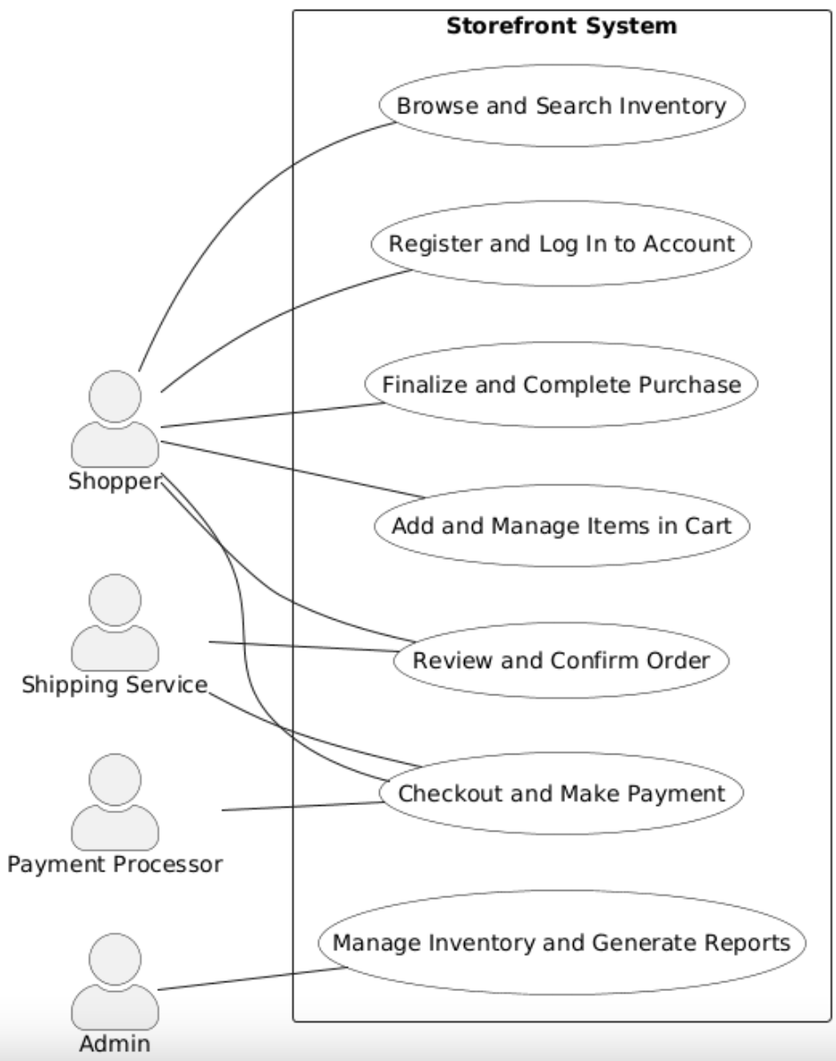
BornB4Google/swe-3313-fall-2025-team-09 keeps this PlantUML diagram as requirements/diagrams/use_case_diagram.png. Above is the earlier version. Its source is kept beside it as requirements/diagrams/use_case_diagram.puml. Its diagram source:
```plantuml
@startuml
left to right direction
skinparam actorStyle awesome
skinparam usecase {
  BorderColor Black
  BackgroundColor White
}

actor Shopper as shopper
actor Admin as admin
actor "Payment Processor" as payment
actor "Shipping Service" as shipping

rectangle "Storefront System" as system {
  (Register and Log In to Account) as UC_Auth
  (Browse and Search Inventory) as UC_Inventory
  (Add and Manage Items in Cart) as UC_Cart
  (Checkout and Make Payment) as UC_Checkout
  (Review and Confirm Order) as UC_Confirm
  (Finalize and Complete Purchase) as UC_Complete
  (Manage Inventory and Generate Reports) as UC_Admin
}

shopper -- UC_Auth
shopper -- UC_Inventory
shopper -- UC_Cart
shopper -- UC_Checkout
shopper -- UC_Confirm
shopper -- UC_Complete
admin -- UC_Admin
payment -- UC_Checkout
shipping -- UC_Checkout
shipping -- UC_Confirm

@enduml
```
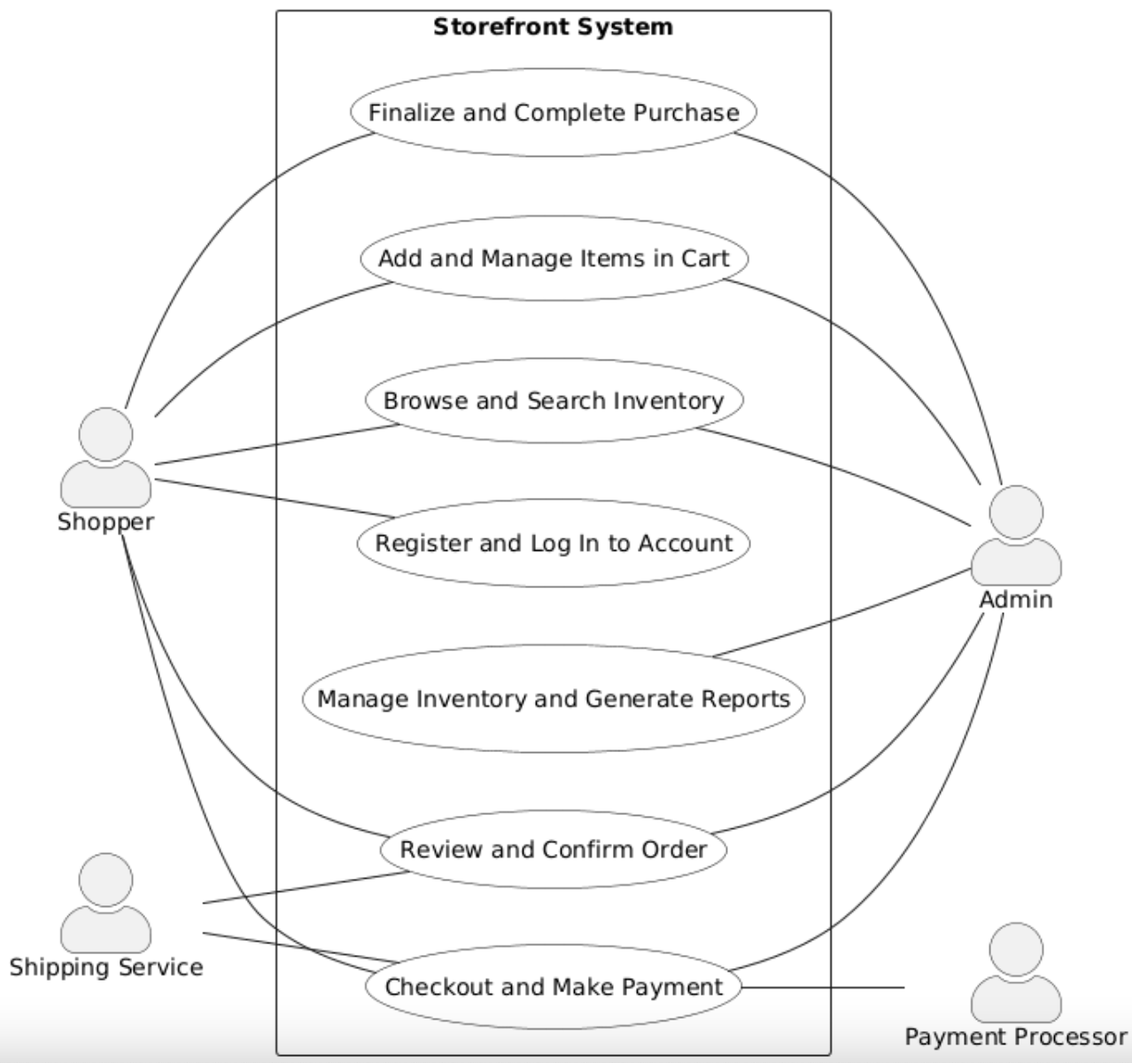
Later version of the same file.

Change to the diagram source:
```diff
@@ -6,10 +6,12 @@
   BackgroundColor White
 }
 
+
 actor Shopper as shopper
-actor Admin as admin
 actor "Payment Processor" as payment
 actor "Shipping Service" as shipping
+actor "Admin" as admin
+
 
 rectangle "Storefront System" as system {
   (Register and Log In to Account) as UC_Auth
@@ -21,15 +23,22 @@
   (Manage Inventory and Generate Reports) as UC_Admin
 }
 
+
 shopper -- UC_Auth
 shopper -- UC_Inventory
 shopper -- UC_Cart
 shopper -- UC_Checkout
 shopper -- UC_Confirm
 shopper -- UC_Complete
-admin -- UC_Admin
-payment -- UC_Checkout
+
+UC_Admin -- admin
+UC_Cart -- admin
+UC_Inventory -- admin
+UC_Checkout -- admin
+UC_Confirm -- admin
+UC_Complete -- admin
+
+UC_Checkout -- payment
 shipping -- UC_Checkout
 shipping -- UC_Confirm
-
 @enduml
```
